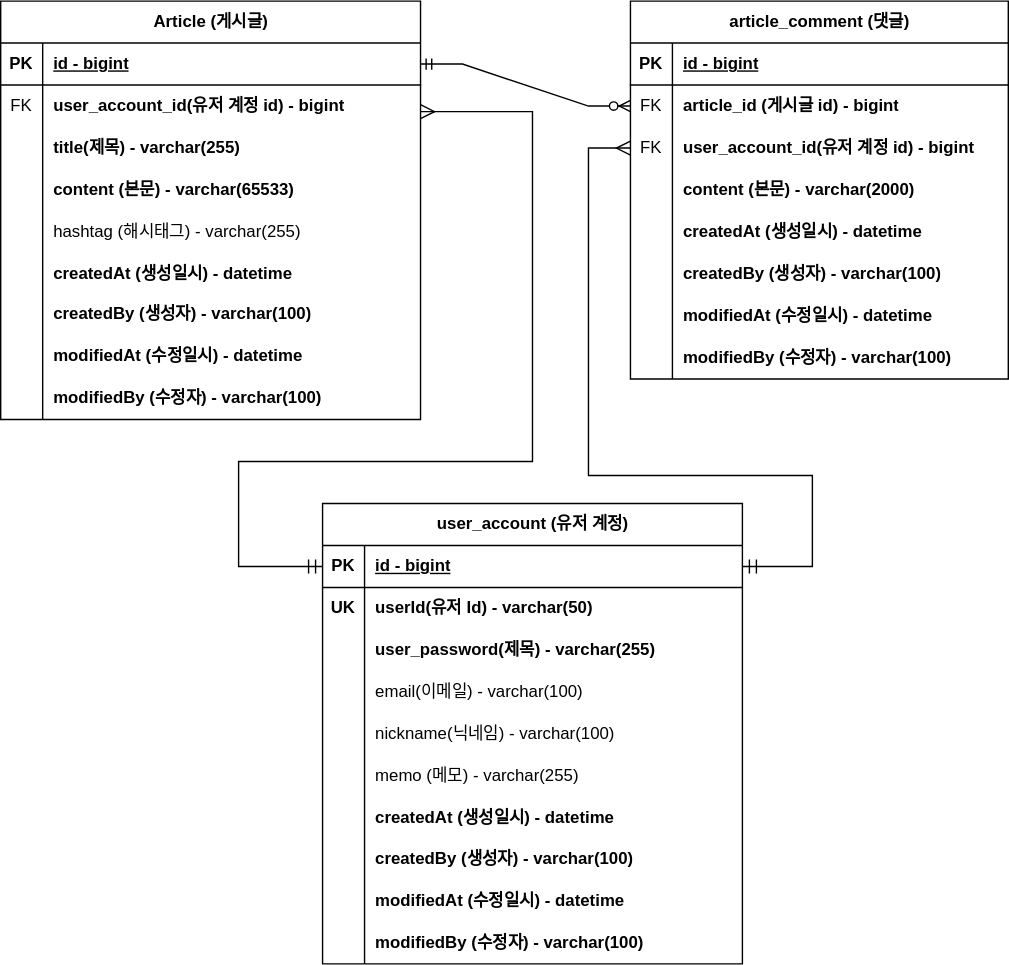
Earlier version of the draw.io export document/project-board-erd.svg (JEONHYUNTAK/fastcampus-project-board). Source tidied: cells renumbered, new cells last; positions are measured from the earlier drawing's top-left corner, leaving out a move shared by most shapes.
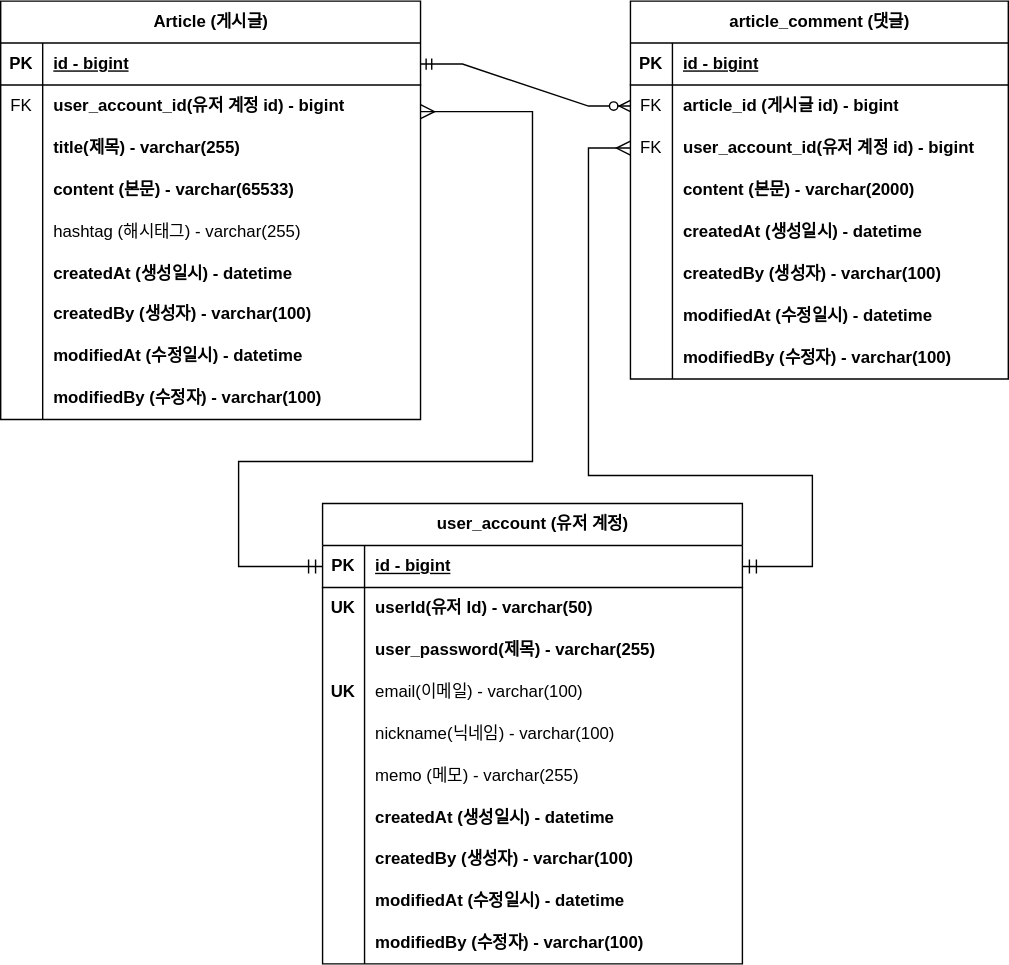
The same file after the commit.

Diff of the diagram source:
```diff
@@ -201,7 +201,7 @@
     <mxCell id="66" style="shape=tableRow;horizontal=0;startSize=0;swimlaneHead=0;swimlaneBody=0;fillColor=none;top=0;left=0;right=0;bottom=0;fontStyle=1;" parent="56" vertex="1">
       <mxGeometry y="120" width="300" height="30" as="geometry" />
     </mxCell>
-    <mxCell id="67" style="shape=partialRectangle;fillColor=none;top=0;left=0;bottom=0;right=0;overflow=hidden;whiteSpace=wrap;html=1;fontStyle=1;" parent="66" vertex="1">
+    <mxCell id="67" value="UK" style="shape=partialRectangle;fillColor=none;top=0;left=0;bottom=0;right=0;overflow=hidden;whiteSpace=wrap;html=1;fontStyle=1;" parent="66" vertex="1">
       <mxGeometry width="30" height="30" as="geometry" />
     </mxCell>
     <mxCell id="68" value="&lt;span style=&quot;font-weight: normal;&quot;&gt;email(이메일) - varchar(100)&lt;/span&gt;" style="shape=partialRectangle;fillColor=none;top=0;left=0;bottom=0;right=0;align=left;spacingLeft=6;overflow=hidden;whiteSpace=wrap;html=1;fontStyle=1;" parent="66" vertex="1">
```
